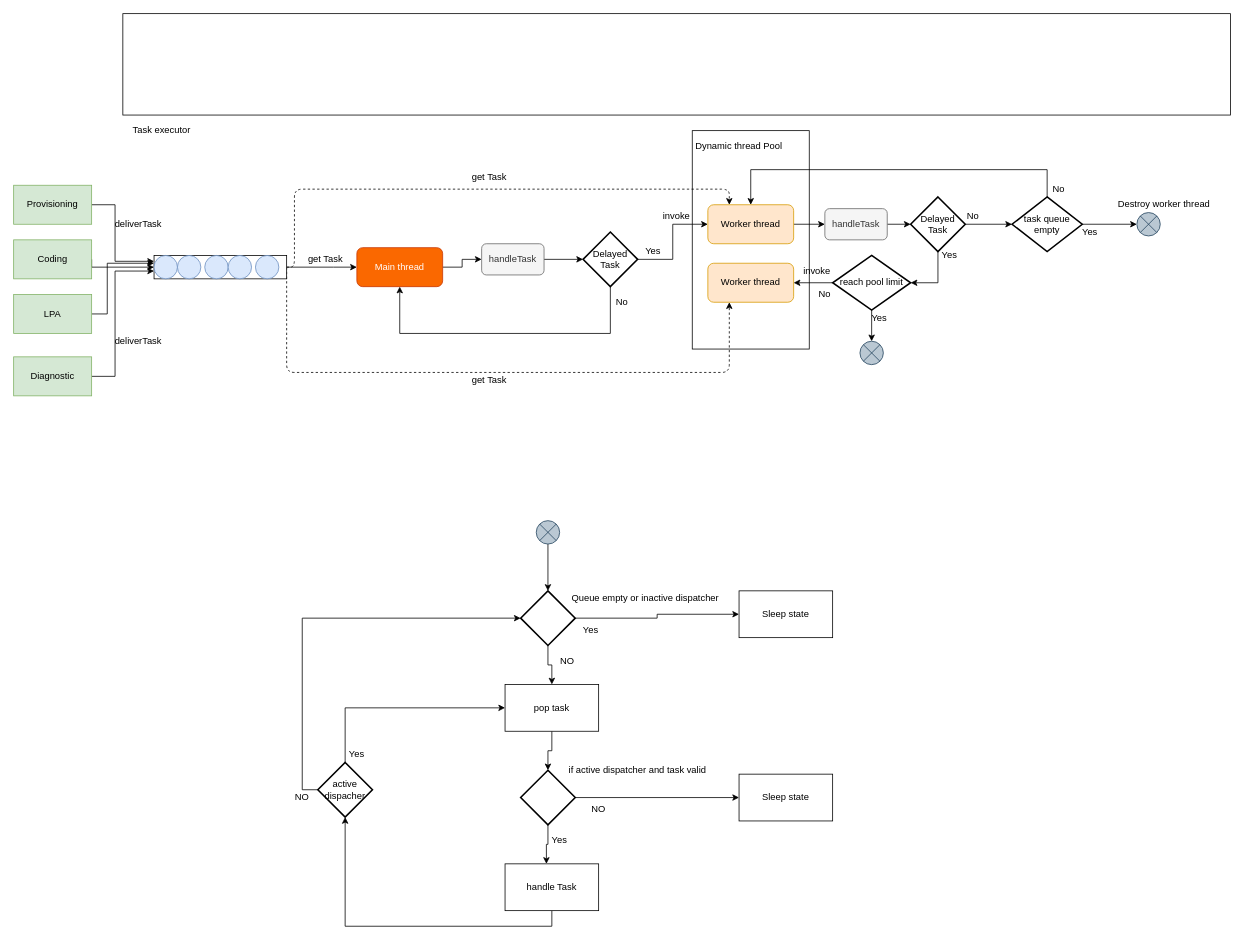
The draw.io diagram page "dynamicpool_allocate" (4 of 9) of doc/SA cert/Design/performance.drawio in taikt/codefun, before the edit. Source tidied: cells renumbered, new cells numbered last; positions are measured from the earlier drawing's top-left corner, leaving out a move shared by most shapes. Both pictures are drawn from the tidied source at 78%, with x=0, y=0 at pixel (13, 13).
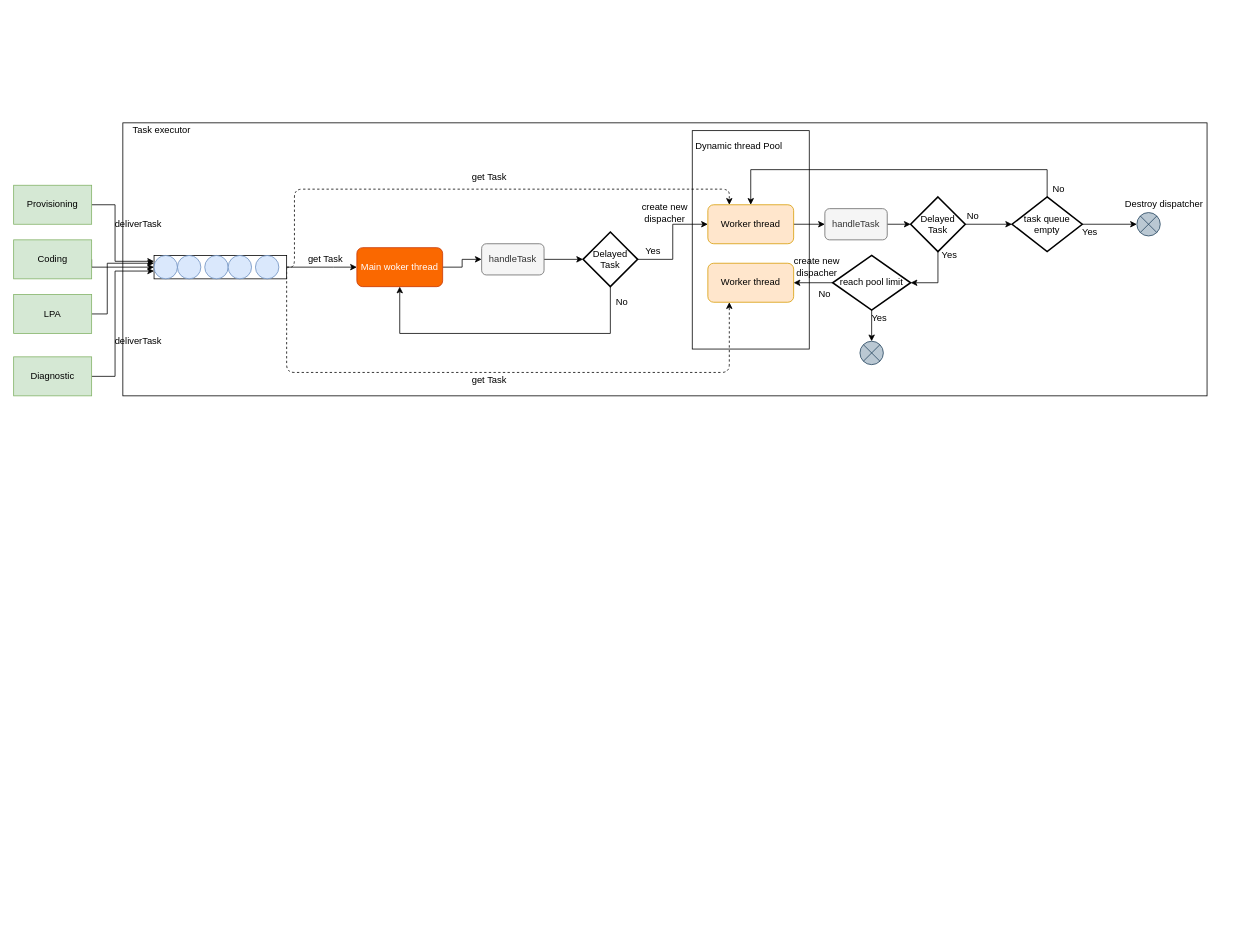
After the change.

Diff of the diagram source:
```diff
@@
     <mxCell id="2" style="rounded=0;whiteSpace=wrap;html=1;" parent="1" vertex="1">
-      <mxGeometry x="140" width="1420" height="130" as="geometry" />
+      <mxGeometry x="140" y="140" width="1390" height="350" as="geometry" />
     </mxCell>
@@
-    <mxCell id="21" value="Main thread" style="rounded=1;whiteSpace=wrap;html=1;fillColor=#fa6800;strokeColor=#C73500;fontColor=#ffffff;" parent="1" vertex="1">
+    <mxCell id="21" value="Main woker thread" style="rounded=1;whiteSpace=wrap;html=1;fillColor=#fa6800;strokeColor=#C73500;fontColor=#ffffff;" parent="1" vertex="1">
       <mxGeometry x="440" y="300" width="110" height="50" as="geometry" />
     </mxCell>
@@
-    <mxCell id="38" value="invoke" style="text;html=1;strokeColor=none;fillColor=none;align=center;verticalAlign=middle;whiteSpace=wrap;rounded=0;" parent="1" vertex="1">
-      <mxGeometry x="830" y="250" width="40" height="20" as="geometry" />
+    <mxCell id="38" value="create new dispacher" style="text;html=1;strokeColor=none;fillColor=none;align=center;verticalAlign=middle;whiteSpace=wrap;rounded=0;" parent="1" vertex="1">
+      <mxGeometry x="800" y="245" width="70" height="20" as="geometry" />
     </mxCell>
@@
-    <mxCell id="48" value="invoke" style="text;html=1;strokeColor=none;fillColor=none;align=center;verticalAlign=middle;whiteSpace=wrap;rounded=0;" parent="1" vertex="1">
-      <mxGeometry x="1010" y="320" width="40" height="20" as="geometry" />
+    <mxCell id="48" value="create new dispacher" style="text;html=1;strokeColor=none;fillColor=none;align=center;verticalAlign=middle;whiteSpace=wrap;rounded=0;" parent="1" vertex="1">
+      <mxGeometry x="990" y="315" width="80" height="20" as="geometry" />
     </mxCell>
@@
-    <mxCell id="58" value="Destroy worker thread" style="text;html=1;strokeColor=none;fillColor=none;align=center;verticalAlign=middle;whiteSpace=wrap;rounded=0;" parent="1" vertex="1">
+    <mxCell id="58" value="Destroy dispatcher" style="text;html=1;strokeColor=none;fillColor=none;align=center;verticalAlign=middle;whiteSpace=wrap;rounded=0;" parent="1" vertex="1">
       <mxGeometry x="1410" y="235" width="130" height="20" as="geometry" />
     </mxCell>
@@
-    <mxCell id="62" style="edgeStyle=orthogonalEdgeStyle;rounded=0;jettySize=auto;html=1;exitX=1;exitY=0.5;exitDx=0;exitDy=0;exitPerimeter=0;entryX=0;entryY=0.5;entryDx=0;entryDy=0;" parent="1" edge="1" source="64" target="66">
-      <mxGeometry relative="1" as="geometry" />
-    </mxCell>
-    <mxCell id="63" style="edgeStyle=orthogonalEdgeStyle;rounded=0;jettySize=auto;html=1;exitX=0.5;exitY=1;exitDx=0;exitDy=0;exitPerimeter=0;entryX=0.5;entryY=0;entryDx=0;entryDy=0;" parent="1" edge="1" source="64" target="71">
-      <mxGeometry relative="1" as="geometry" />
-    </mxCell>
-    <mxCell id="64" style="strokeWidth=2;html=1;shape=mxgraph.flowchart.decision;whiteSpace=wrap;fillColor=none;gradientColor=#ffffff;" parent="1" vertex="1">
-      <mxGeometry x="650" y="740" width="70" height="70" as="geometry" />
-    </mxCell>
-    <mxCell id="65" value="Queue empty or inactive dispatcher" style="text;html=1;strokeColor=none;fillColor=none;align=center;verticalAlign=middle;whiteSpace=wrap;rounded=0;" parent="1" vertex="1">
-      <mxGeometry x="700" y="740" width="220" height="20" as="geometry" />
-    </mxCell>
-    <mxCell id="66" value="Sleep state" style="rounded=0;whiteSpace=wrap;html=1;" parent="1" vertex="1">
-      <mxGeometry x="930" y="740" width="120" height="60" as="geometry" />
-    </mxCell>
-    <mxCell id="67" value="Yes" style="text;html=1;strokeColor=none;fillColor=none;align=center;verticalAlign=middle;whiteSpace=wrap;rounded=0;" parent="1" vertex="1">
-      <mxGeometry x="720" y="780" width="40" height="20" as="geometry" />
-    </mxCell>
-    <mxCell id="68" style="edgeStyle=orthogonalEdgeStyle;rounded=0;jettySize=auto;html=1;exitX=0.5;exitY=1;exitDx=0;exitDy=0;entryX=0.5;entryY=0;entryDx=0;entryDy=0;entryPerimeter=0;" parent="1" edge="1" source="69" target="64">
-      <mxGeometry relative="1" as="geometry" />
-    </mxCell>
-    <mxCell id="69" style="shape=sumEllipse;perimeter=ellipsePerimeter;whiteSpace=wrap;html=1;backgroundOutline=1;fillColor=#bac8d3;strokeColor=#23445d;" parent="1" vertex="1">
-      <mxGeometry x="670" y="650" width="30" height="30" as="geometry" />
-    </mxCell>
-    <mxCell id="70" style="edgeStyle=orthogonalEdgeStyle;rounded=0;jettySize=auto;html=1;exitX=0.5;exitY=1;exitDx=0;exitDy=0;entryX=0.5;entryY=0;entryDx=0;entryDy=0;entryPerimeter=0;" parent="1" edge="1" source="71" target="75">
-      <mxGeometry relative="1" as="geometry" />
-    </mxCell>
-    <mxCell id="71" value="pop task" style="rounded=0;whiteSpace=wrap;html=1;" parent="1" vertex="1">
-      <mxGeometry x="630" y="860" width="120" height="60" as="geometry" />
-    </mxCell>
-    <mxCell id="72" value="NO" style="text;html=1;strokeColor=none;fillColor=none;align=center;verticalAlign=middle;whiteSpace=wrap;rounded=0;" parent="1" vertex="1">
-      <mxGeometry x="690" y="820" width="40" height="20" as="geometry" />
-    </mxCell>
-    <mxCell id="73" style="edgeStyle=orthogonalEdgeStyle;rounded=0;jettySize=auto;html=1;exitX=0.5;exitY=1;exitDx=0;exitDy=0;exitPerimeter=0;entryX=0.442;entryY=0;entryDx=0;entryDy=0;entryPerimeter=0;" parent="1" edge="1" source="75" target="78">
-      <mxGeometry relative="1" as="geometry" />
-    </mxCell>
-    <mxCell id="74" style="edgeStyle=orthogonalEdgeStyle;rounded=0;jettySize=auto;html=1;exitX=1;exitY=0.5;exitDx=0;exitDy=0;exitPerimeter=0;entryX=0;entryY=0.5;entryDx=0;entryDy=0;" parent="1" edge="1" source="75" target="84">
-      <mxGeometry relative="1" as="geometry" />
-    </mxCell>
-    <mxCell id="75" style="strokeWidth=2;html=1;shape=mxgraph.flowchart.decision;whiteSpace=wrap;fillColor=none;gradientColor=#ffffff;" parent="1" vertex="1">
-      <mxGeometry x="650" y="970" width="70" height="70" as="geometry" />
-    </mxCell>
-    <mxCell id="76" value="if active dispatcher and task valid" style="text;html=1;strokeColor=none;fillColor=none;align=center;verticalAlign=middle;whiteSpace=wrap;rounded=0;" parent="1" vertex="1">
-      <mxGeometry x="690" y="960" width="220" height="20" as="geometry" />
-    </mxCell>
-    <mxCell id="77" style="edgeStyle=orthogonalEdgeStyle;rounded=0;jettySize=auto;html=1;exitX=0.5;exitY=1;exitDx=0;exitDy=0;" parent="1" edge="1" source="78" target="82">
-      <mxGeometry relative="1" as="geometry" />
-    </mxCell>
-    <mxCell id="78" value="handle Task" style="rounded=0;whiteSpace=wrap;html=1;" parent="1" vertex="1">
-      <mxGeometry x="630" y="1090" width="120" height="60" as="geometry" />
-    </mxCell>
-    <mxCell id="79" value="Yes" style="text;html=1;strokeColor=none;fillColor=none;align=center;verticalAlign=middle;whiteSpace=wrap;rounded=0;" parent="1" vertex="1">
-      <mxGeometry x="680" y="1050" width="40" height="20" as="geometry" />
-    </mxCell>
-    <mxCell id="80" style="edgeStyle=orthogonalEdgeStyle;rounded=0;jettySize=auto;html=1;exitX=0.5;exitY=0;exitDx=0;exitDy=0;exitPerimeter=0;entryX=0;entryY=0.5;entryDx=0;entryDy=0;" parent="1" edge="1" source="82" target="71">
-      <mxGeometry relative="1" as="geometry" />
-    </mxCell>
-    <mxCell id="81" style="edgeStyle=orthogonalEdgeStyle;rounded=0;jettySize=auto;html=1;exitX=0;exitY=0.5;exitDx=0;exitDy=0;exitPerimeter=0;entryX=0;entryY=0.5;entryDx=0;entryDy=0;entryPerimeter=0;" parent="1" edge="1" source="82" target="64">
-      <mxGeometry relative="1" as="geometry" />
-    </mxCell>
-    <mxCell id="82" value="active dispacher" style="strokeWidth=2;html=1;shape=mxgraph.flowchart.decision;whiteSpace=wrap;fillColor=none;gradientColor=#ffffff;" parent="1" vertex="1">
-      <mxGeometry x="390" y="960" width="70" height="70" as="geometry" />
-    </mxCell>
-    <mxCell id="83" value="Yes" style="text;html=1;strokeColor=none;fillColor=none;align=center;verticalAlign=middle;whiteSpace=wrap;rounded=0;" parent="1" vertex="1">
-      <mxGeometry x="420" y="940" width="40" height="20" as="geometry" />
-    </mxCell>
-    <mxCell id="84" value="Sleep state" style="rounded=0;whiteSpace=wrap;html=1;" parent="1" vertex="1">
-      <mxGeometry x="930" y="975" width="120" height="60" as="geometry" />
-    </mxCell>
-    <mxCell id="85" value="NO" style="text;html=1;strokeColor=none;fillColor=none;align=center;verticalAlign=middle;whiteSpace=wrap;rounded=0;" parent="1" vertex="1">
-      <mxGeometry x="730" y="1010" width="40" height="20" as="geometry" />
-    </mxCell>
-    <mxCell id="86" value="NO" style="text;html=1;strokeColor=none;fillColor=none;align=center;verticalAlign=middle;whiteSpace=wrap;rounded=0;" parent="1" vertex="1">
-      <mxGeometry x="350" y="995" width="40" height="20" as="geometry" />
-    </mxCell>
```
